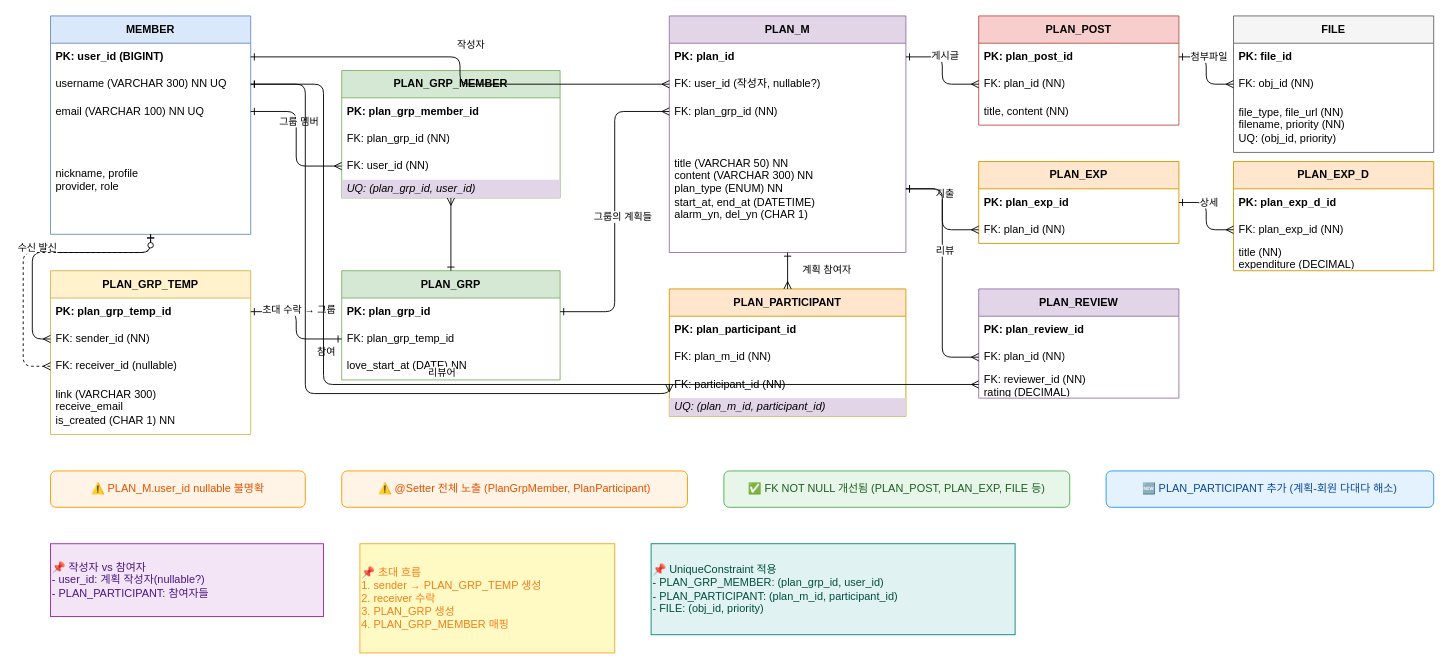
This is pair-time-backend-domain/ERD_v3_FINAL.drawio from agida0413/PairTime, a draw.io file, before an edit. Source tidied: cells renumbered, new cells numbered last; positions are measured from the earlier drawing's top-left corner, leaving out a move shared by most shapes. Both pictures are drawn from the tidied source at 91%, with x=0, y=0 at pixel (23, 15).
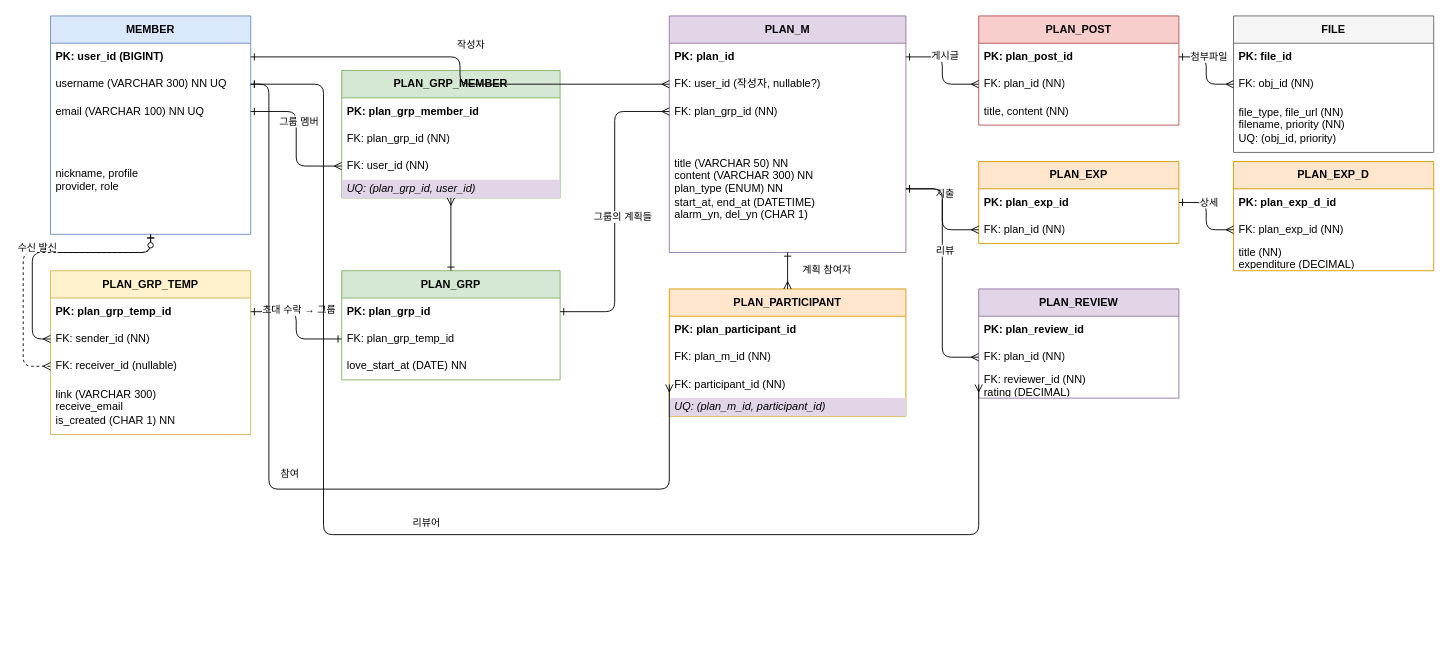
The same page after the edit.

The change refers to these unchanged cells:
```xml
<mxCell id="4" value="username (VARCHAR 300) NN UQ" style="text;strokeColor=none;fillColor=none;align=left;verticalAlign=middle;spacingLeft=4;spacingRight=4;overflow=hidden;points=[[0,0.5],[1,0.5]];portConstraint=eastwest;whiteSpace=wrap;html=1;" parent="2" vertex="1">
  <mxGeometry y="60" width="220" height="30" as="geometry" />
</mxCell>
<mxCell id="29" value="FK: participant_id (NN)" style="text;strokeColor=none;fillColor=none;align=left;verticalAlign=middle;spacingLeft=4;spacingRight=4;overflow=hidden;points=[[0,0.5],[1,0.5]];portConstraint=eastwest;whiteSpace=wrap;html=1;" parent="26" vertex="1">
  <mxGeometry y="90" width="260" height="30" as="geometry" />
</mxCell>
<mxCell id="49" value="FK: reviewer_id (NN)&lt;br&gt;rating (DECIMAL)" style="text;strokeColor=none;fillColor=none;align=left;verticalAlign=middle;spacingLeft=4;spacingRight=4;overflow=hidden;points=[[0,0.5],[1,0.5]];portConstraint=eastwest;whiteSpace=wrap;html=1;" parent="46" vertex="1">
  <mxGeometry y="90" width="220" height="30" as="geometry" />
</mxCell>
```

The edit, as a diff of the source:
```diff
@@
     <mxCell id="65" style="edgeStyle=orthogonalEdgeStyle;fontSize=12;html=1;endArrow=ERmany;startArrow=ERone;exitX=1;exitY=0.5;exitDx=0;exitDy=0;entryX=0;entryY=0.5;entryDx=0;entryDy=0;" parent="1" edge="1" source="4" target="29">
       <mxGeometry relative="1" as="geometry">
         <Array as="points">
-          <mxPoint x="310" y="75" />
-          <mxPoint x="310" y="415" />
+          <mxPoint x="270" y="75" />
+          <mxPoint x="270" y="520" />
+          <mxPoint x="710" y="520" />
         </Array>
       </mxGeometry>
     </mxCell>
@@
     <mxCell id="77" style="edgeStyle=orthogonalEdgeStyle;fontSize=12;html=1;endArrow=ERmany;startArrow=ERone;exitX=1;exitY=0.5;exitDx=0;exitDy=0;entryX=0;entryY=0.5;entryDx=0;entryDy=0;" parent="1" edge="1" source="4" target="49">
       <mxGeometry relative="1" as="geometry">
         <Array as="points">
           <mxPoint x="330" y="75" />
-          <mxPoint x="330" y="405" />
+          <mxPoint x="330" y="570" />
+          <mxPoint x="1050" y="570" />
         </Array>
       </mxGeometry>
     </mxCell>
@@
-    <mxCell id="79" value="⚠️ PLAN_M.user_id nullable 불명확" style="rounded=1;whiteSpace=wrap;html=1;fillColor=#fff4e6;strokeColor=#ff9800;fontColor=#e65100;" parent="1" vertex="1">
-      <mxGeometry x="30" y="500" width="280" height="40" as="geometry" />
-    </mxCell>
-    <mxCell id="80" value="⚠️ @Setter 전체 노출 (PlanGrpMember, PlanParticipant)" style="rounded=1;whiteSpace=wrap;html=1;fillColor=#fff4e6;strokeColor=#ff9800;fontColor=#e65100;" parent="1" vertex="1">
-      <mxGeometry x="350" y="500" width="380" height="40" as="geometry" />
-    </mxCell>
-    <mxCell id="81" value="✅ FK NOT NULL 개선됨 (PLAN_POST, PLAN_EXP, FILE 등)" style="rounded=1;whiteSpace=wrap;html=1;fillColor=#e8f5e9;strokeColor=#4caf50;fontColor=#1b5e20;" parent="1" vertex="1">
-      <mxGeometry x="770" y="500" width="380" height="40" as="geometry" />
-    </mxCell>
-    <mxCell id="82" value="🆕 PLAN_PARTICIPANT 추가 (계획-회원 다대다 해소)" style="rounded=1;whiteSpace=wrap;html=1;fillColor=#e3f2fd;strokeColor=#2196f3;fontColor=#0d47a1;" parent="1" vertex="1">
-      <mxGeometry x="1190" y="500" width="360" height="40" as="geometry" />
-    </mxCell>
-    <mxCell id="83" value="📌 작성자 vs 참여자&lt;br&gt;- user_id: 계획 작성자(nullable?)&lt;br&gt;- PLAN_PARTICIPANT: 참여자들" style="rounded=0;whiteSpace=wrap;html=1;fillColor=#f3e5f5;strokeColor=#9c27b0;fontColor=#4a148c;align=left;" parent="1" vertex="1">
-      <mxGeometry x="30" y="580" width="300" height="80" as="geometry" />
-    </mxCell>
-    <mxCell id="84" value="📌 초대 흐름&lt;br&gt;1. sender → PLAN_GRP_TEMP 생성&lt;br&gt;2. receiver 수락&lt;br&gt;3. PLAN_GRP 생성&lt;br&gt;4. PLAN_GRP_MEMBER 매핑" style="rounded=0;whiteSpace=wrap;html=1;fillColor=#fff9c4;strokeColor=#f9a825;fontColor=#f57f17;align=left;" parent="1" vertex="1">
-      <mxGeometry x="370" y="580" width="280" height="120" as="geometry" />
-    </mxCell>
-    <mxCell id="85" value="📌 UniqueConstraint 적용&lt;br&gt;- PLAN_GRP_MEMBER: (plan_grp_id, user_id)&lt;br&gt;- PLAN_PARTICIPANT: (plan_m_id, participant_id)&lt;br&gt;- FILE: (obj_id, priority)" style="rounded=0;whiteSpace=wrap;html=1;fillColor=#e0f2f1;strokeColor=#00897b;fontColor=#004d40;align=left;" parent="1" vertex="1">
-      <mxGeometry x="690" y="580" width="400" height="100" as="geometry" />
-    </mxCell>
```
